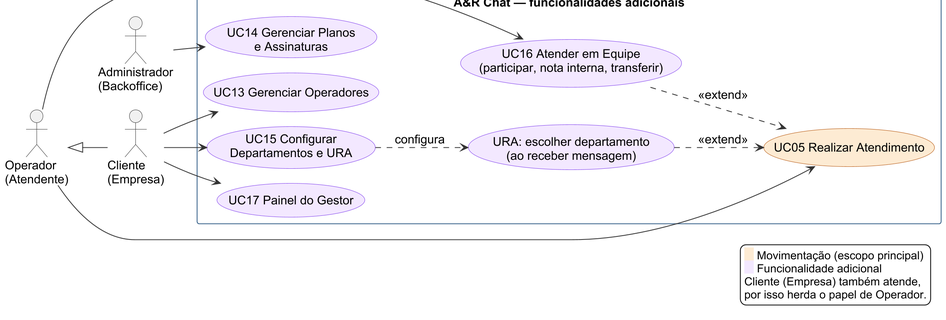
Above: docs/03-diagramas/01b-casos-de-uso-adicionais.png in ryanandrade-beep/ar-chat-backend (PlantUML), before the change.
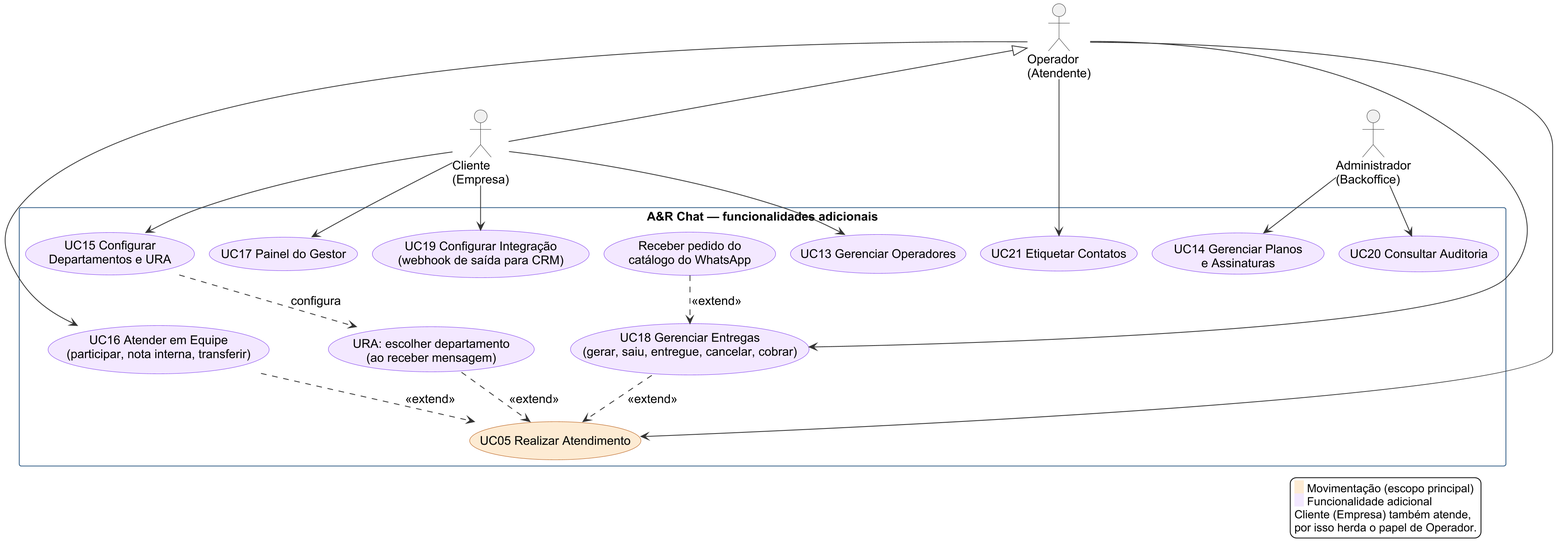
The same diagram one commit later.

Change to the diagram source:
```diff
@@ -2,7 +2,6 @@
 skinparamlocked dpi 200
 !pragma layout smetana
 !include skin.iuml
-left to right direction
 skinparam usecase {
   BackgroundColor<<Movimentação>> #FDEBD3
   BorderColor<<Movimentação>> #B45309
@@ -23,16 +22,27 @@
   usecase "UC14 Gerenciar Planos\ne Assinaturas" <<Adicional>> as UC14
   usecase "UC05 Realizar Atendimento" <<Movimentação>> as UC05
   usecase "URA: escolher departamento\n(ao receber mensagem)" <<Adicional>> as URA
+  usecase "UC18 Gerenciar Entregas\n(gerar, saiu, entregue, cancelar, cobrar)" <<Adicional>> as UC18
+  usecase "Receber pedido do\ncatálogo do WhatsApp" <<Adicional>> as CAT
+  usecase "UC19 Configurar Integração\n(webhook de saída para CRM)" <<Adicional>> as UC19
+  usecase "UC20 Consultar Auditoria" <<Adicional>> as UC20
+  usecase "UC21 Etiquetar Contatos" <<Adicional>> as UC21
 }
 Op <|-- Cli
 Op --> UC05
 Op --> UC16
+Op --> UC18
+Op --> UC21
 Cli --> UC13
+Cli --> UC19
 Cli --> UC15
 Cli --> UC17
 Adm --> UC14
+Adm --> UC20
 UC16 ..> UC05 : <<extend>>
 URA ..> UC05 : <<extend>>
+UC18 ..> UC05 : <<extend>>
+CAT ..> UC18 : <<extend>>
 UC15 ..> URA : configura
 legend right
   <back:#FDEBD3>   </back> Movimentação (escopo principal)
```
